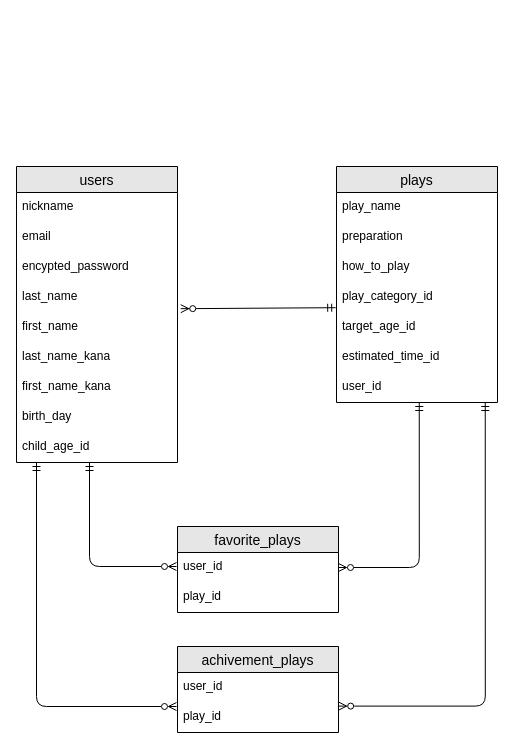
The draw.io diagram ER.dio in toyolife881/asobin, before the edit. Source tidied: cells renumbered, new cells numbered last; positions are measured from the earlier drawing's top-left corner, leaving out a move shared by most shapes. Both pictures are drawn from the tidied source at 100%, with x=0, y=0 at pixel (16, 166).
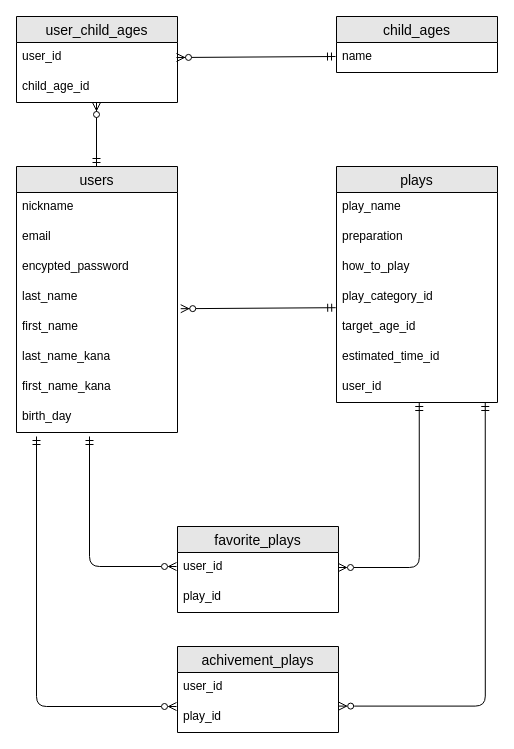
After the change.

What changed in the source:
```diff
@@
     <mxCell id="2" value="users" style="swimlane;fontStyle=0;horizontal=1;startSize=26;align=center;fontSize=14;fillColor=#E6E6E6;" parent="1" vertex="1">
-      <mxGeometry width="161" height="296" as="geometry" />
+      <mxGeometry width="161" height="266" as="geometry" />
     </mxCell>
@@
-    <mxCell id="11" value="child_age_id" style="text;strokeColor=none;fillColor=none;spacingLeft=4;spacingRight=4;overflow=hidden;points=[[0,0.5],[1,0.5]];portConstraint=eastwest;fontSize=12;" parent="2" vertex="1">
-      <mxGeometry y="266" width="161" height="30" as="geometry" />
-    </mxCell>
@@
-    <mxCell id="25" style="edgeStyle=orthogonalEdgeStyle;fontSize=12;html=1;endArrow=ERmandOne;startArrow=ERzeroToMany;startFill=0;" parent="1" edge="1" target="11">
+    <mxCell id="25" style="edgeStyle=orthogonalEdgeStyle;fontSize=12;html=1;endArrow=ERmandOne;startArrow=ERzeroToMany;startFill=0;" parent="1" edge="1">
       <mxGeometry relative="1" as="geometry">
         <mxPoint x="160" y="400" as="sourcePoint" />
+        <mxPoint x="73" y="270" as="targetPoint" />
         <Array as="points">
           <mxPoint x="73" y="400" />
         </Array>
       </mxGeometry>
     </mxCell>
@@
-    <mxCell id="29" style="edgeStyle=orthogonalEdgeStyle;fontSize=12;html=1;endArrow=ERmandOne;startArrow=ERzeroToMany;entryX=0.452;entryY=1.087;entryDx=0;entryDy=0;startFill=0;entryPerimeter=0;" parent="1" edge="1">
+    <mxCell id="29" style="edgeStyle=orthogonalEdgeStyle;fontSize=12;html=1;endArrow=ERmandOne;startArrow=ERzeroToMany;startFill=0;" parent="1" edge="1">
       <mxGeometry relative="1" as="geometry">
         <mxPoint x="160" y="540" as="sourcePoint" />
-        <mxPoint x="20" y="296" as="targetPoint" />
+        <mxPoint x="20" y="270" as="targetPoint" />
         <Array as="points">
           <mxPoint x="20" y="540" />
         </Array>
       </mxGeometry>
     </mxCell>
@@
+    <mxCell id="31" value="child_ages" style="swimlane;fontStyle=0;horizontal=1;startSize=26;align=center;fontSize=14;fillColor=#E6E6E6;" parent="1" vertex="1">
+      <mxGeometry x="320" y="-150" width="161" height="56" as="geometry" />
+    </mxCell>
+    <mxCell id="32" value="name" style="text;strokeColor=none;fillColor=none;spacingLeft=4;spacingRight=4;overflow=hidden;fontSize=12;" parent="31" vertex="1">
+      <mxGeometry y="26" width="161" height="30" as="geometry" />
+    </mxCell>
+    <mxCell id="33" value="user_child_ages" style="swimlane;fontStyle=0;horizontal=1;startSize=26;align=center;fontSize=14;fillColor=#E6E6E6;" parent="1" vertex="1">
+      <mxGeometry y="-150" width="161" height="86" as="geometry" />
+    </mxCell>
+    <mxCell id="34" value="user_id" style="text;strokeColor=none;fillColor=none;spacingLeft=4;spacingRight=4;overflow=hidden;fontSize=12;" parent="33" vertex="1">
+      <mxGeometry y="26" width="161" height="30" as="geometry" />
+    </mxCell>
+    <mxCell id="11" value="child_age_id" style="text;strokeColor=none;fillColor=none;spacingLeft=4;spacingRight=4;overflow=hidden;points=[[0,0.5],[1,0.5]];portConstraint=eastwest;fontSize=12;" parent="33" vertex="1">
+      <mxGeometry y="56" width="161" height="30" as="geometry" />
+    </mxCell>
+    <mxCell id="35" style="fontSize=12;html=1;endArrow=ERzeroToMany;startArrow=ERmandOne;exitX=-0.005;exitY=0.84;exitDx=0;exitDy=0;exitPerimeter=0;" parent="1" edge="1">
+      <mxGeometry relative="1" as="geometry">
+        <mxPoint x="319" y="-110" as="sourcePoint" />
+        <mxPoint x="160" y="-109" as="targetPoint" />
+      </mxGeometry>
+    </mxCell>
+    <mxCell id="36" style="fontSize=12;html=1;endArrow=ERzeroToMany;startArrow=ERmandOne;" parent="1" edge="1">
+      <mxGeometry relative="1" as="geometry">
+        <mxPoint x="80" as="sourcePoint" />
+        <mxPoint x="80" y="-64" as="targetPoint" />
+      </mxGeometry>
+    </mxCell>
```
